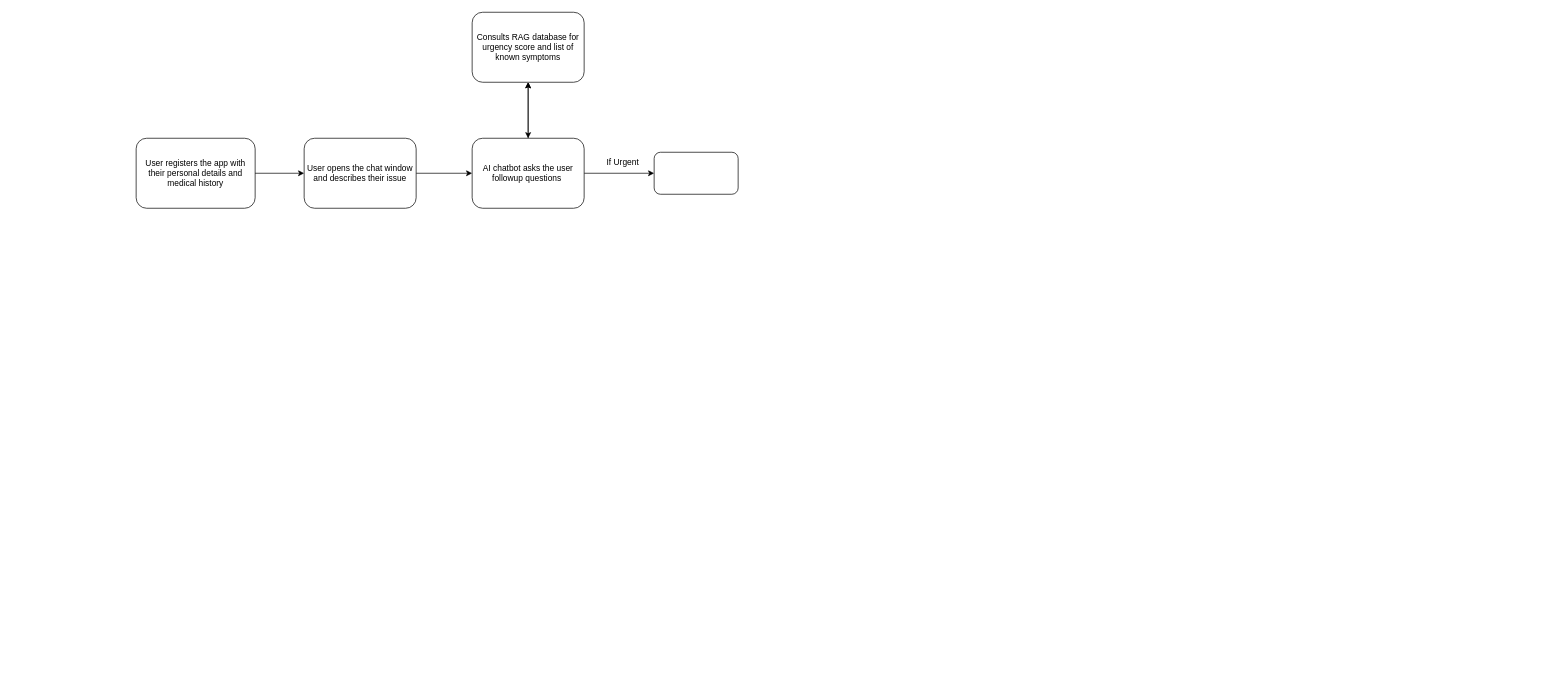
Above: WorkFlow.drawio in BrataBuilds/Sanjeevani-AI (draw.io), before the change. Source tidied: cells renumbered, new cells numbered last; positions are measured from the earlier drawing's top-left corner, leaving out a move shared by most shapes. Both pictures are drawn from the tidied source at 70%, with x=0, y=0 at pixel (136, 12).
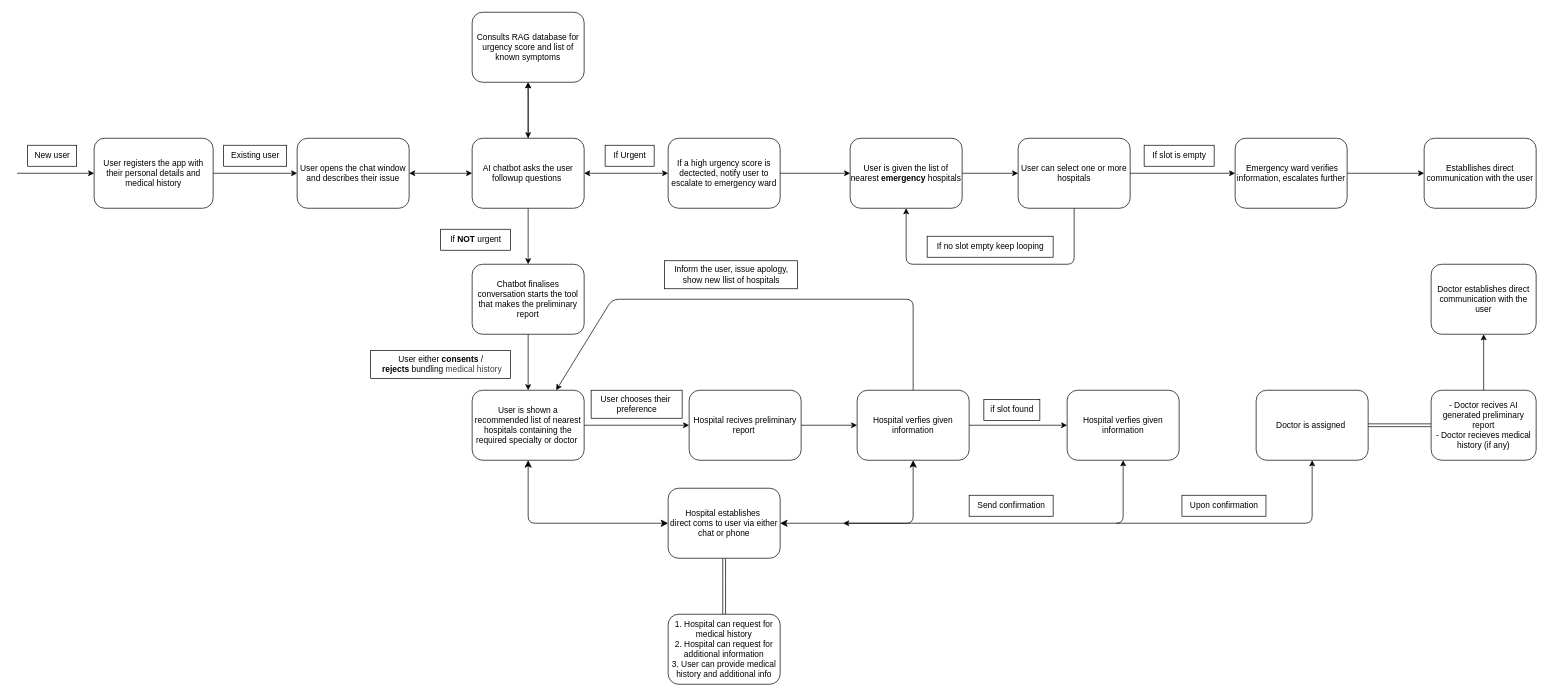
After the change.

The change refers to these unchanged cells:
```xml
<mxCell id="8" value="AI chatbot asks the user followup questions&amp;nbsp;" style="rounded=1;whiteSpace=wrap;html=1;" parent="1" vertex="1">
  <mxGeometry x="480" y="180" width="160" height="100" as="geometry" />
</mxCell>
```

Change to the diagram source:
```diff
@@
-<mxGraphModel>
+<mxGraphModel background="#FFFFFF">
@@
     <mxCell id="2" value="User registers the app with their personal details and medical history" style="rounded=1;whiteSpace=wrap;html=1;" parent="1" vertex="1">
-      <mxGeometry y="180" width="170" height="100" as="geometry" />
+      <mxGeometry x="-60" y="180" width="170" height="100" as="geometry" />
     </mxCell>
-    <mxCell id="3" style="edgeStyle=none;html=1;" parent="1" edge="1" source="4" target="8">
-      <mxGeometry relative="1" as="geometry" />
-    </mxCell>
     <mxCell id="4" value="User opens the chat window and describes their issue" style="rounded=1;whiteSpace=wrap;html=1;" parent="1" vertex="1">
-      <mxGeometry x="240" y="180" width="160" height="100" as="geometry" />
+      <mxGeometry x="230" y="180" width="160" height="100" as="geometry" />
     </mxCell>
@@
-    <mxCell id="7" style="edgeStyle=none;html=1;" parent="1" edge="1" source="8" target="11">
-      <mxGeometry relative="1" as="geometry" />
-    </mxCell>
+    <mxCell id="13" style="edgeStyle=none;html=1;" parent="1" edge="1" source="8" target="18">
+      <mxGeometry relative="1" as="geometry" />
+    </mxCell>
@@
-    <mxCell id="11" style="whiteSpace=wrap;html=1;rounded=1;" parent="1" vertex="1">
-      <mxGeometry x="740" y="200" width="120" height="60" as="geometry" />
-    </mxCell>
-    <mxCell id="12" value="If Urgent" style="text;html=1;align=center;verticalAlign=middle;strokeColor=none;fillColor=none;" parent="1" vertex="1">
-      <mxGeometry x="660" y="200" width="70" height="30" as="geometry" />
+    <mxCell id="12" value="If Urgent" style="text;html=1;align=center;verticalAlign=middle;strokeColor=default;fillColor=none;" parent="1" vertex="1">
+      <mxGeometry x="670" y="190" width="70" height="30" as="geometry" />
     </mxCell>
+    <mxCell id="14" value="If a high urgency score is dectected, notify user to escalate to emergency ward" style="rounded=1;whiteSpace=wrap;html=1;" parent="1" vertex="1">
+      <mxGeometry x="760" y="180" width="160" height="100" as="geometry" />
+    </mxCell>
+    <mxCell id="15" style="edgeStyle=none;html=1;" parent="1" edge="1" source="16" target="49">
+      <mxGeometry relative="1" as="geometry" />
+    </mxCell>
+    <mxCell id="16" value="&amp;nbsp;Emergency ward verifies information, escalates further" style="rounded=1;whiteSpace=wrap;html=1;" parent="1" vertex="1">
+      <mxGeometry x="1570" y="180" width="160" height="100" as="geometry" />
+    </mxCell>
+    <mxCell id="17" style="edgeStyle=none;html=1;" parent="1" edge="1" source="18" target="21">
+      <mxGeometry relative="1" as="geometry" />
+    </mxCell>
+    <mxCell id="18" value="Chatbot finalises conversation starts the tool that makes the preliminary report" style="rounded=1;whiteSpace=wrap;html=1;" parent="1" vertex="1">
+      <mxGeometry x="480" y="360" width="160" height="100" as="geometry" />
+    </mxCell>
+    <mxCell id="19" value="If &lt;b&gt;NOT&amp;nbsp;&lt;/b&gt;urgent" style="text;html=1;align=center;verticalAlign=middle;strokeColor=default;fillColor=none;" parent="1" vertex="1">
+      <mxGeometry x="435" y="310" width="100" height="30" as="geometry" />
+    </mxCell>
+    <mxCell id="20" style="edgeStyle=none;html=1;" parent="1" edge="1" source="21" target="24">
+      <mxGeometry relative="1" as="geometry" />
+    </mxCell>
+    <mxCell id="21" value="User is shown a recommended list of nearest hospitals containing the required specialty or doctor&amp;nbsp;" style="rounded=1;whiteSpace=wrap;html=1;" parent="1" vertex="1">
+      <mxGeometry x="480" y="540" width="160" height="100" as="geometry" />
+    </mxCell>
+    <mxCell id="22" value="User either &lt;b&gt;consents &lt;/b&gt;/&lt;div&gt;&amp;nbsp;&lt;b&gt;rejects &lt;/b&gt;bundling&amp;nbsp;&lt;span style=&quot;color: rgb(63, 63, 63); background-color: transparent;&quot;&gt;medical history&lt;/span&gt;&lt;/div&gt;" style="text;html=1;align=center;verticalAlign=middle;strokeColor=default;fillColor=none;" parent="1" vertex="1">
+      <mxGeometry x="335" y="483" width="200" height="40" as="geometry" />
+    </mxCell>
+    <mxCell id="23" style="edgeStyle=none;html=1;" parent="1" edge="1" source="24" target="28">
+      <mxGeometry relative="1" as="geometry" />
+    </mxCell>
+    <mxCell id="24" value="Hospital recives preliminary report&amp;nbsp;" style="rounded=1;whiteSpace=wrap;html=1;" parent="1" vertex="1">
+      <mxGeometry x="790" y="540" width="160" height="100" as="geometry" />
+    </mxCell>
+    <mxCell id="25" value="User chooses their&amp;nbsp;&lt;div&gt;preference&lt;/div&gt;" style="text;html=1;align=center;verticalAlign=middle;strokeColor=default;fillColor=none;" parent="1" vertex="1">
+      <mxGeometry x="650" y="540" width="130" height="40" as="geometry" />
+    </mxCell>
+    <mxCell id="26" style="edgeStyle=none;html=1;" parent="1" edge="1" source="28" target="34">
+      <mxGeometry relative="1" as="geometry" />
+    </mxCell>
+    <mxCell id="27" style="edgeStyle=none;html=1;entryX=0.75;entryY=0;entryDx=0;entryDy=0;exitX=0.5;exitY=0;exitDx=0;exitDy=0;" parent="1" edge="1" source="28" target="21">
+      <mxGeometry relative="1" as="geometry">
+        <Array as="points">
+          <mxPoint x="1110" y="410" />
+          <mxPoint x="680" y="410" />
+        </Array>
+      </mxGeometry>
+    </mxCell>
+    <mxCell id="28" value="Hospital verfies given information" style="rounded=1;whiteSpace=wrap;html=1;" parent="1" vertex="1">
+      <mxGeometry x="1030" y="540" width="160" height="100" as="geometry" />
+    </mxCell>
+    <mxCell id="29" style="edgeStyle=none;shape=link;html=1;" parent="1" edge="1" source="30" target="33">
+      <mxGeometry relative="1" as="geometry">
+        <Array as="points">
+          <mxPoint x="840" y="810" />
+        </Array>
+      </mxGeometry>
+    </mxCell>
+    <mxCell id="30" value="Hospital establishes&amp;nbsp;&lt;div&gt;direct coms to user via either chat or phone&lt;/div&gt;" style="rounded=1;whiteSpace=wrap;html=1;" parent="1" vertex="1">
+      <mxGeometry x="760" y="680" width="160" height="100" as="geometry" />
+    </mxCell>
+    <mxCell id="31" style="edgeStyle=none;jettySize=auto;html=1;endArrow=classic;startArrow=classic;endSize=8;startSize=8;exitX=0.5;exitY=1;exitDx=0;exitDy=0;entryX=0;entryY=0.5;entryDx=0;entryDy=0;" parent="1" edge="1" source="21" target="30">
+      <mxGeometry relative="1" as="geometry">
+        <Array as="points">
+          <mxPoint x="560" y="730" />
+        </Array>
+      </mxGeometry>
+    </mxCell>
+    <mxCell id="32" style="edgeStyle=none;jettySize=auto;html=1;endArrow=classic;startArrow=classic;endSize=8;startSize=8;exitX=1;exitY=0.5;exitDx=0;exitDy=0;entryX=0.5;entryY=1;entryDx=0;entryDy=0;" parent="1" edge="1" source="30" target="28">
+      <mxGeometry relative="1" as="geometry">
+        <Array as="points">
+          <mxPoint x="1110" y="730" />
+        </Array>
+      </mxGeometry>
+    </mxCell>
+    <mxCell id="33" value="1. Hospital can request for medical history&lt;div&gt;2. Hospital can request for additional information&lt;/div&gt;&lt;div&gt;3. User can provide medical history and additional info&lt;/div&gt;" style="rounded=1;whiteSpace=wrap;html=1;" parent="1" vertex="1">
+      <mxGeometry x="760" y="860" width="160" height="100" as="geometry" />
+    </mxCell>
+    <mxCell id="34" value="Hospital verfies given information" style="rounded=1;whiteSpace=wrap;html=1;" parent="1" vertex="1">
+      <mxGeometry x="1330" y="540" width="160" height="100" as="geometry" />
+    </mxCell>
+    <mxCell id="35" value="if slot found" style="text;html=1;align=center;verticalAlign=middle;strokeColor=default;fillColor=none;" parent="1" vertex="1">
+      <mxGeometry x="1211" y="553" width="80" height="30" as="geometry" />
+    </mxCell>
+    <mxCell id="36" value="Send confirmation" style="text;html=1;align=center;verticalAlign=middle;strokeColor=default;fillColor=none;" parent="1" vertex="1">
+      <mxGeometry x="1190" y="690" width="120" height="30" as="geometry" />
+    </mxCell>
+    <mxCell id="37" value="Inform the user, issue apology,&lt;div&gt;show new llist of hospitals&lt;/div&gt;" style="text;html=1;align=center;verticalAlign=middle;strokeColor=default;fillColor=none;" parent="1" vertex="1">
+      <mxGeometry x="755" y="355" width="190" height="40" as="geometry" />
+    </mxCell>
+    <mxCell id="38" style="endArrow=classic;html=1;entryX=0;entryY=0.5;entryDx=0;entryDy=0;" parent="1" edge="1" target="2">
+      <mxGeometry relative="1" as="geometry">
+        <mxPoint x="-170" y="230" as="sourcePoint" />
+      </mxGeometry>
+    </mxCell>
+    <mxCell id="39" value="New user" style="text;html=1;align=center;verticalAlign=middle;strokeColor=default;fillColor=none;" parent="1" vertex="1">
+      <mxGeometry x="-155" y="190" width="70" height="30" as="geometry" />
+    </mxCell>
+    <mxCell id="40" value="Existing user" style="text;html=1;align=center;verticalAlign=middle;strokeColor=default;fillColor=none;" parent="1" vertex="1">
+      <mxGeometry x="125" y="190" width="90" height="30" as="geometry" />
+    </mxCell>
+    <mxCell id="3" style="endArrow=classic;startArrow=classic;html=1;entryX=0;entryY=0.5;entryDx=0;entryDy=0;exitX=1;exitY=0.5;exitDx=0;exitDy=0;" parent="1" edge="1" source="4" target="8">
+      <mxGeometry relative="1" as="geometry" />
+    </mxCell>
+    <mxCell id="41" style="endArrow=classic;html=1;entryX=0.5;entryY=1;entryDx=0;entryDy=0;" parent="1" edge="1" target="43">
+      <mxGeometry relative="1" as="geometry">
+        <mxPoint x="1400" y="730" as="sourcePoint" />
+        <Array as="points">
+          <mxPoint x="1680" y="730" />
+        </Array>
+      </mxGeometry>
+    </mxCell>
+    <mxCell id="42" style="edgeStyle=none;html=1;shape=link;" parent="1" edge="1" source="43" target="47">
+      <mxGeometry relative="1" as="geometry" />
+    </mxCell>
+    <mxCell id="43" value="Doctor is assigned&amp;nbsp;" style="rounded=1;whiteSpace=wrap;html=1;" parent="1" vertex="1">
+      <mxGeometry x="1600" y="540" width="160" height="100" as="geometry" />
+    </mxCell>
+    <mxCell id="44" value="Upon confirmation" style="text;html=1;align=center;verticalAlign=middle;strokeColor=default;fillColor=none;" parent="1" vertex="1">
+      <mxGeometry x="1494" y="690" width="120" height="30" as="geometry" />
+    </mxCell>
+    <mxCell id="45" style="endArrow=classic;startArrow=classic;html=1;entryX=0.5;entryY=1;entryDx=0;entryDy=0;" parent="1" edge="1" target="34">
+      <mxGeometry relative="1" as="geometry">
+        <mxPoint x="1010" y="730" as="sourcePoint" />
+        <Array as="points">
+          <mxPoint x="1410" y="730" />
+        </Array>
+      </mxGeometry>
+    </mxCell>
+    <mxCell id="46" style="edgeStyle=none;html=1;" parent="1" edge="1" source="47" target="48">
+      <mxGeometry relative="1" as="geometry" />
+    </mxCell>
+    <mxCell id="47" value="- Doctor recives AI generated preliminary report&lt;div&gt;- Doctor recieves medical history (if any)&lt;/div&gt;" style="whiteSpace=wrap;html=1;rounded=1;" parent="1" vertex="1">
+      <mxGeometry x="1850" y="540" width="150" height="100" as="geometry" />
+    </mxCell>
+    <mxCell id="48" value="Doctor establishes direct communication with the user" style="whiteSpace=wrap;html=1;rounded=1;" parent="1" vertex="1">
+      <mxGeometry x="1850" y="360" width="150" height="100" as="geometry" />
+    </mxCell>
+    <mxCell id="49" value="Establlishes direct communication with the user" style="rounded=1;whiteSpace=wrap;html=1;" parent="1" vertex="1">
+      <mxGeometry x="1840" y="180" width="160" height="100" as="geometry" />
+    </mxCell>
+    <mxCell id="50" style="endArrow=classic;startArrow=classic;html=1;exitX=1;exitY=0.5;exitDx=0;exitDy=0;entryX=0;entryY=0.5;entryDx=0;entryDy=0;" parent="1" edge="1" source="8" target="14">
+      <mxGeometry relative="1" as="geometry" />
+    </mxCell>
+    <mxCell id="51" style="edgeStyle=none;html=1;" parent="1" edge="1" source="52" target="53">
+      <mxGeometry relative="1" as="geometry" />
+    </mxCell>
+    <mxCell id="52" value="User is given the list of nearest &lt;b&gt;emergency&lt;/b&gt; hospitals" style="rounded=1;whiteSpace=wrap;html=1;" parent="1" vertex="1">
+      <mxGeometry x="1020" y="180" width="160" height="100" as="geometry" />
+    </mxCell>
+    <mxCell id="53" value="User can select one or more hospitals" style="rounded=1;whiteSpace=wrap;html=1;" parent="1" vertex="1">
+      <mxGeometry x="1260" y="180" width="160" height="100" as="geometry" />
+    </mxCell>
+    <mxCell id="54" style="endArrow=classic;html=1;entryX=0;entryY=0.5;entryDx=0;entryDy=0;exitX=1;exitY=0.5;exitDx=0;exitDy=0;" parent="1" edge="1" source="53" target="16">
+      <mxGeometry relative="1" as="geometry" />
+    </mxCell>
+    <mxCell id="55" value="If slot is empty" style="text;html=1;align=center;verticalAlign=middle;strokeColor=default;fillColor=none;" parent="1" vertex="1">
+      <mxGeometry x="1440" y="190" width="100" height="30" as="geometry" />
+    </mxCell>
+    <mxCell id="56" style="endArrow=classic;html=1;entryX=0;entryY=0.5;entryDx=0;entryDy=0;exitX=1;exitY=0.5;exitDx=0;exitDy=0;" parent="1" edge="1" source="14" target="52">
+      <mxGeometry relative="1" as="geometry" />
+    </mxCell>
+    <mxCell id="57" style="endArrow=classic;html=1;exitX=0.5;exitY=1;exitDx=0;exitDy=0;entryX=0.5;entryY=1;entryDx=0;entryDy=0;" parent="1" edge="1" source="53" target="52">
+      <mxGeometry relative="1" as="geometry">
+        <Array as="points">
+          <mxPoint x="1340" y="360" />
+          <mxPoint x="1220" y="360" />
+          <mxPoint x="1100" y="360" />
+        </Array>
+      </mxGeometry>
+    </mxCell>
+    <mxCell id="58" value="If no slot empty keep looping" style="text;html=1;align=center;verticalAlign=middle;strokeColor=default;fillColor=none;" parent="1" vertex="1">
+      <mxGeometry x="1130" y="320" width="180" height="30" as="geometry" />
+    </mxCell>
```
